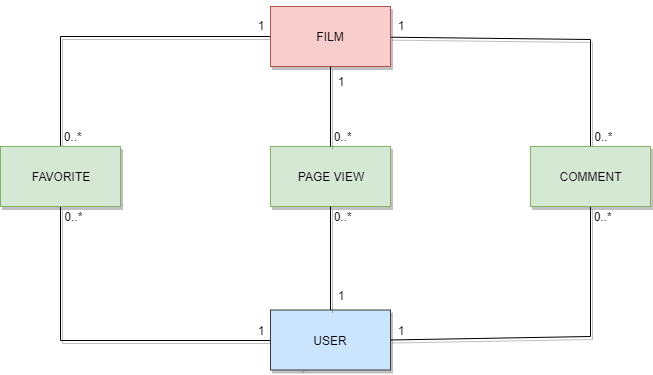
Earlier version of the draw.io export Task2/Documentation/Diagrams/Class diagram.png (unipi-fr/LargeScaleMultiStructureDatabases). Source tidied: cells renumbered, new cells last; positions are measured from the earlier drawing's top-left corner, leaving out a move shared by most shapes.
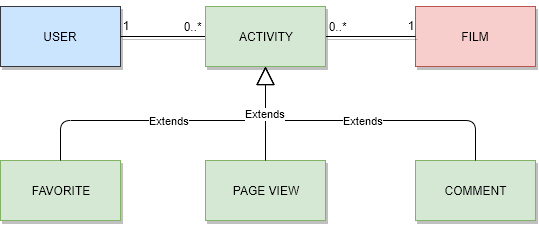
After the commit.

Commit message:
Diagrammi aggiornati

Diff of the diagram source:
```diff
@@ -2,94 +2,63 @@
   <root>
     <mxCell id="0" />
     <mxCell id="1" parent="0" />
-    <mxCell id="2" style="endArrow=none;html=1;entryX=0.5;entryY=1;entryDx=0;entryDy=0;exitX=0.25;exitY=1;exitDx=0;exitDy=0;shadow=1;rounded=0;jumpStyle=arc;" parent="1" edge="1" source="17" target="16">
-      <mxGeometry relative="1" as="geometry">
-        <Array as="points">
-          <mxPoint x="320" y="340" />
-          <mxPoint x="60" y="340" />
-        </Array>
-      </mxGeometry>
-    </mxCell>
-    <mxCell id="3" style="endArrow=none;html=1;entryX=1;entryY=0.5;entryDx=0;entryDy=0;exitX=0.5;exitY=1;exitDx=0;exitDy=0;shadow=1;rounded=0;" parent="1" edge="1" source="15" target="17">
-      <mxGeometry relative="1" as="geometry">
-        <Array as="points">
-          <mxPoint x="590" y="336" />
-        </Array>
-      </mxGeometry>
-    </mxCell>
-    <mxCell id="4" style="endArrow=none;html=1;entryX=0.5;entryY=0;entryDx=0;entryDy=0;exitX=0;exitY=0.5;exitDx=0;exitDy=0;rounded=0;shadow=1;" parent="1" edge="1" source="14" target="16">
-      <mxGeometry relative="1" as="geometry">
-        <Array as="points">
-          <mxPoint x="60" y="36" />
-        </Array>
-      </mxGeometry>
-    </mxCell>
-    <mxCell id="5" style="endArrow=none;html=1;exitX=0.5;exitY=0;exitDx=0;exitDy=0;rounded=0;shadow=1;jumpStyle=arc;" parent="1" edge="1" source="15" target="14">
-      <mxGeometry relative="1" as="geometry">
-        <Array as="points">
-          <mxPoint x="590" y="39" />
-        </Array>
-      </mxGeometry>
-    </mxCell>
-    <mxCell id="6" value="0..*&amp;nbsp; &amp;nbsp; &amp;nbsp;" style="text;html=1;strokeColor=none;fillColor=none;align=center;verticalAlign=middle;whiteSpace=wrap;rounded=0;shadow=1;" parent="1" vertex="1">
-      <mxGeometry x="590" y="206" width="40" height="20" as="geometry" />
-    </mxCell>
-    <mxCell id="7" value="1" style="text;html=1;strokeColor=none;fillColor=none;align=center;verticalAlign=middle;whiteSpace=wrap;rounded=0;shadow=1;" parent="1" vertex="1">
-      <mxGeometry x="380" y="319.5" width="40" height="20" as="geometry" />
-    </mxCell>
-    <mxCell id="8" value="1" style="text;html=1;strokeColor=none;fillColor=none;align=center;verticalAlign=middle;whiteSpace=wrap;rounded=0;shadow=1;" parent="1" vertex="1">
-      <mxGeometry x="240" y="319.5" width="40" height="20" as="geometry" />
-    </mxCell>
-    <mxCell id="9" value="0..*&amp;nbsp;" style="text;html=1;strokeColor=none;fillColor=none;align=center;verticalAlign=middle;whiteSpace=wrap;rounded=0;shadow=1;" parent="1" vertex="1">
-      <mxGeometry x="590" y="126" width="30" height="20" as="geometry" />
-    </mxCell>
-    <mxCell id="10" value="0..*&amp;nbsp;" style="text;html=1;strokeColor=none;fillColor=none;align=center;verticalAlign=middle;whiteSpace=wrap;rounded=0;shadow=1;" parent="1" vertex="1">
-      <mxGeometry x="60" y="206" width="30" height="20" as="geometry" />
-    </mxCell>
-    <mxCell id="11" value="0..*&amp;nbsp; &amp;nbsp; &amp;nbsp;" style="text;html=1;strokeColor=none;fillColor=none;align=center;verticalAlign=middle;whiteSpace=wrap;rounded=0;shadow=1;" parent="1" vertex="1">
-      <mxGeometry x="60" y="126" width="40" height="20" as="geometry" />
-    </mxCell>
     <mxCell id="12" value="1" style="text;html=1;strokeColor=none;fillColor=none;align=center;verticalAlign=middle;whiteSpace=wrap;rounded=0;shadow=1;" parent="1" vertex="1">
-      <mxGeometry x="260" width="40" height="20" as="geometry" />
+      <mxGeometry x="485" y="126" width="40" height="20" as="geometry" />
     </mxCell>
-    <mxCell id="13" value="1" style="text;html=1;strokeColor=none;fillColor=none;align=center;verticalAlign=middle;whiteSpace=wrap;rounded=0;spacingTop=-10;shadow=1;" parent="1" vertex="1">
-      <mxGeometry x="380" y="20" width="40" height="20" as="geometry" />
-    </mxCell>
     <mxCell id="14" value="FILM" style="rounded=0;whiteSpace=wrap;html=1;fillColor=#f8cecc;strokeColor=#b85450;shadow=1;" parent="1" vertex="1">
-      <mxGeometry x="270" y="6" width="120" height="60" as="geometry" />
+      <mxGeometry x="495" y="132" width="120" height="60" as="geometry" />
     </mxCell>
-    <mxCell id="15" value="COMMENT" style="rounded=0;whiteSpace=wrap;html=1;fillColor=#d5e8d4;strokeColor=#82b366;shadow=1;" parent="1" vertex="1">
-      <mxGeometry x="530" y="146" width="120" height="60" as="geometry" />
-    </mxCell>
-    <mxCell id="16" value="FAVORITE" style="rounded=0;whiteSpace=wrap;html=1;fillColor=#d5e8d4;strokeColor=#82b366;shadow=1;" parent="1" vertex="1">
-      <mxGeometry y="146" width="120" height="60" as="geometry" />
-    </mxCell>
     <mxCell id="17" value="USER" style="rounded=0;whiteSpace=wrap;html=1;fillColor=#cce5ff;strokeColor=#36393d;shadow=1;" parent="1" vertex="1">
-      <mxGeometry x="270" y="309.5" width="120" height="60" as="geometry" />
+      <mxGeometry x="80" y="132" width="120" height="60" as="geometry" />
     </mxCell>
-    <mxCell id="18" value="1" style="text;html=1;strokeColor=none;fillColor=none;align=center;verticalAlign=middle;whiteSpace=wrap;rounded=0;spacingTop=-10;shadow=1;" parent="1" vertex="1">
-      <mxGeometry x="240" y="20" width="40" height="20" as="geometry" />
-    </mxCell>
-    <mxCell id="19" value="PAGE VIEW" style="rounded=0;whiteSpace=wrap;html=1;fillColor=#d5e8d4;strokeColor=#82b366;shadow=1;" parent="1" vertex="1">
-      <mxGeometry x="270" y="146" width="120" height="60" as="geometry" />
-    </mxCell>
-    <mxCell id="20" style="endArrow=none;html=1;entryX=0.5;entryY=0;entryDx=0;entryDy=0;exitX=0.5;exitY=1;exitDx=0;exitDy=0;rounded=0;shadow=1;" parent="1" edge="1" source="14" target="19">
+    <mxCell id="20" style="endArrow=none;html=1;exitX=0;exitY=0.5;exitDx=0;exitDy=0;rounded=0;shadow=1;entryX=1;entryY=0.5;entryDx=0;entryDy=0;" parent="1" edge="1" source="14" target="26">
       <mxGeometry relative="1" as="geometry" />
     </mxCell>
-    <mxCell id="21" style="endArrow=none;html=1;entryX=0.5;entryY=0;entryDx=0;entryDy=0;rounded=0;shadow=1;" parent="1" edge="1" source="19" target="17">
+    <mxCell id="21" style="endArrow=none;html=1;rounded=0;shadow=1;exitX=0;exitY=0.5;exitDx=0;exitDy=0;entryX=1;entryY=0.5;entryDx=0;entryDy=0;" parent="1" edge="1" source="26" target="17">
       <mxGeometry relative="1" as="geometry" />
     </mxCell>
     <mxCell id="22" value="1" style="text;html=1;strokeColor=none;fillColor=none;align=center;verticalAlign=middle;whiteSpace=wrap;rounded=0;spacingTop=-10;shadow=1;" parent="1" vertex="1">
-      <mxGeometry x="320" y="76" width="40" height="20" as="geometry" />
+      <mxGeometry x="470" y="146" width="40" height="20" as="geometry" />
     </mxCell>
     <mxCell id="23" value="1" style="text;html=1;strokeColor=none;fillColor=none;align=center;verticalAlign=middle;whiteSpace=wrap;rounded=0;spacingTop=-10;shadow=1;" parent="1" vertex="1">
-      <mxGeometry x="320" y="289.5" width="40" height="20" as="geometry" />
+      <mxGeometry x="185" y="146" width="40" height="20" as="geometry" />
     </mxCell>
     <mxCell id="24" value="0..*&amp;nbsp; &amp;nbsp; &amp;nbsp;" style="text;html=1;strokeColor=none;fillColor=none;align=center;verticalAlign=middle;whiteSpace=wrap;rounded=0;shadow=1;" parent="1" vertex="1">
-      <mxGeometry x="330" y="126" width="40" height="20" as="geometry" />
+      <mxGeometry x="405" y="142" width="40" height="20" as="geometry" />
     </mxCell>
     <mxCell id="25" value="0..*&amp;nbsp; &amp;nbsp; &amp;nbsp;" style="text;html=1;strokeColor=none;fillColor=none;align=center;verticalAlign=middle;whiteSpace=wrap;rounded=0;shadow=1;" parent="1" vertex="1">
-      <mxGeometry x="330" y="206" width="40" height="20" as="geometry" />
+      <mxGeometry x="260" y="142" width="40" height="20" as="geometry" />
     </mxCell>
+    <mxCell id="15" value="COMMENT" style="rounded=0;whiteSpace=wrap;html=1;fillColor=#d5e8d4;strokeColor=#82b366;shadow=1;" parent="1" vertex="1">
+      <mxGeometry x="495" y="286" width="120" height="60" as="geometry" />
+    </mxCell>
+    <mxCell id="19" value="PAGE VIEW" style="rounded=0;whiteSpace=wrap;html=1;fillColor=#d5e8d4;strokeColor=#82b366;shadow=1;" parent="1" vertex="1">
+      <mxGeometry x="285" y="286" width="120" height="60" as="geometry" />
+    </mxCell>
+    <mxCell id="16" value="FAVORITE" style="rounded=0;whiteSpace=wrap;html=1;fillColor=#d5e8d4;strokeColor=#82b366;shadow=1;" parent="1" vertex="1">
+      <mxGeometry x="80" y="286" width="120" height="60" as="geometry" />
+    </mxCell>
+    <mxCell id="26" value="ACTIVITY" style="rounded=0;whiteSpace=wrap;html=1;fillColor=#d5e8d4;strokeColor=#82b366;shadow=1;" parent="1" vertex="1">
+      <mxGeometry x="285" y="132" width="120" height="60" as="geometry" />
+    </mxCell>
+    <mxCell id="27" value="Extends" style="endArrow=block;endSize=16;endFill=0;html=1;exitX=0.5;exitY=0;exitDx=0;exitDy=0;entryX=0.5;entryY=1;entryDx=0;entryDy=0;" parent="1" edge="1" source="15" target="26">
+      <mxGeometry relative="1" as="geometry">
+        <Array as="points">
+          <mxPoint x="555" y="246" />
+          <mxPoint x="345" y="246" />
+        </Array>
+      </mxGeometry>
+    </mxCell>
+    <mxCell id="28" value="Extends" style="endArrow=block;endSize=16;endFill=0;html=1;exitX=0.5;exitY=0;exitDx=0;exitDy=0;entryX=0.5;entryY=1;entryDx=0;entryDy=0;" parent="1" edge="1" source="16" target="26">
+      <mxGeometry relative="1" as="geometry">
+        <Array as="points">
+          <mxPoint x="140" y="246" />
+          <mxPoint x="345" y="246" />
+        </Array>
+      </mxGeometry>
+    </mxCell>
+    <mxCell id="29" value="Extends" style="endArrow=block;endSize=16;endFill=0;html=1;entryX=0.5;entryY=1;entryDx=0;entryDy=0;exitX=0.5;exitY=0;exitDx=0;exitDy=0;" parent="1" edge="1" source="19" target="26">
+      <mxGeometry relative="1" as="geometry" />
+    </mxCell>
   </root>
 </mxGraphModel>
```
